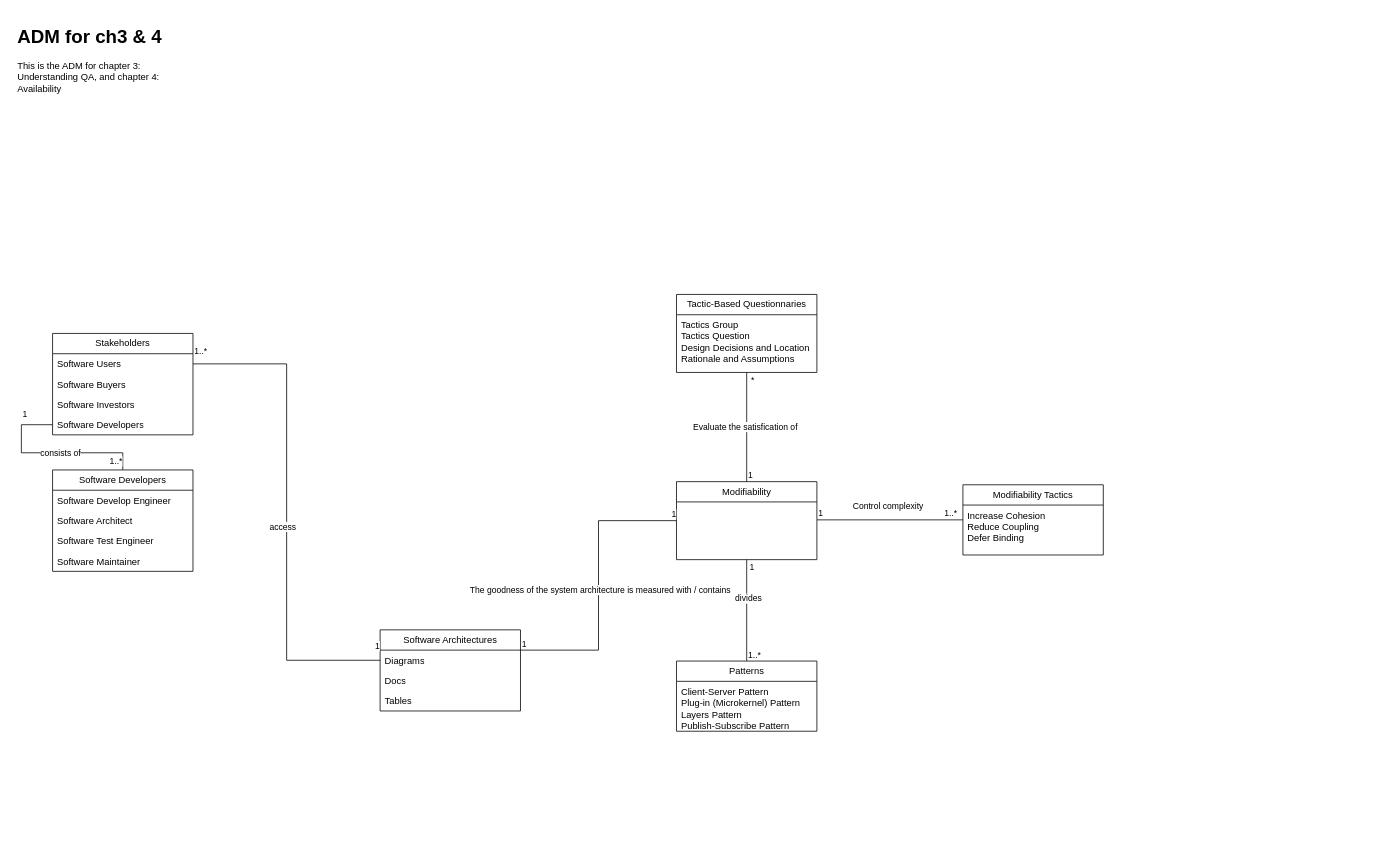
This is Documentation/DomainModel/ch8_9.drawio from dhruwanga19/4471_Group14_ProjectDocumentation, a draw.io file, before an edit. Source tidied: cells renumbered, new cells numbered last; positions are measured from the earlier drawing's top-left corner, leaving out a move shared by most shapes. Both pictures are drawn from the tidied source at 78%, with x=0, y=0 at pixel (13, 21).
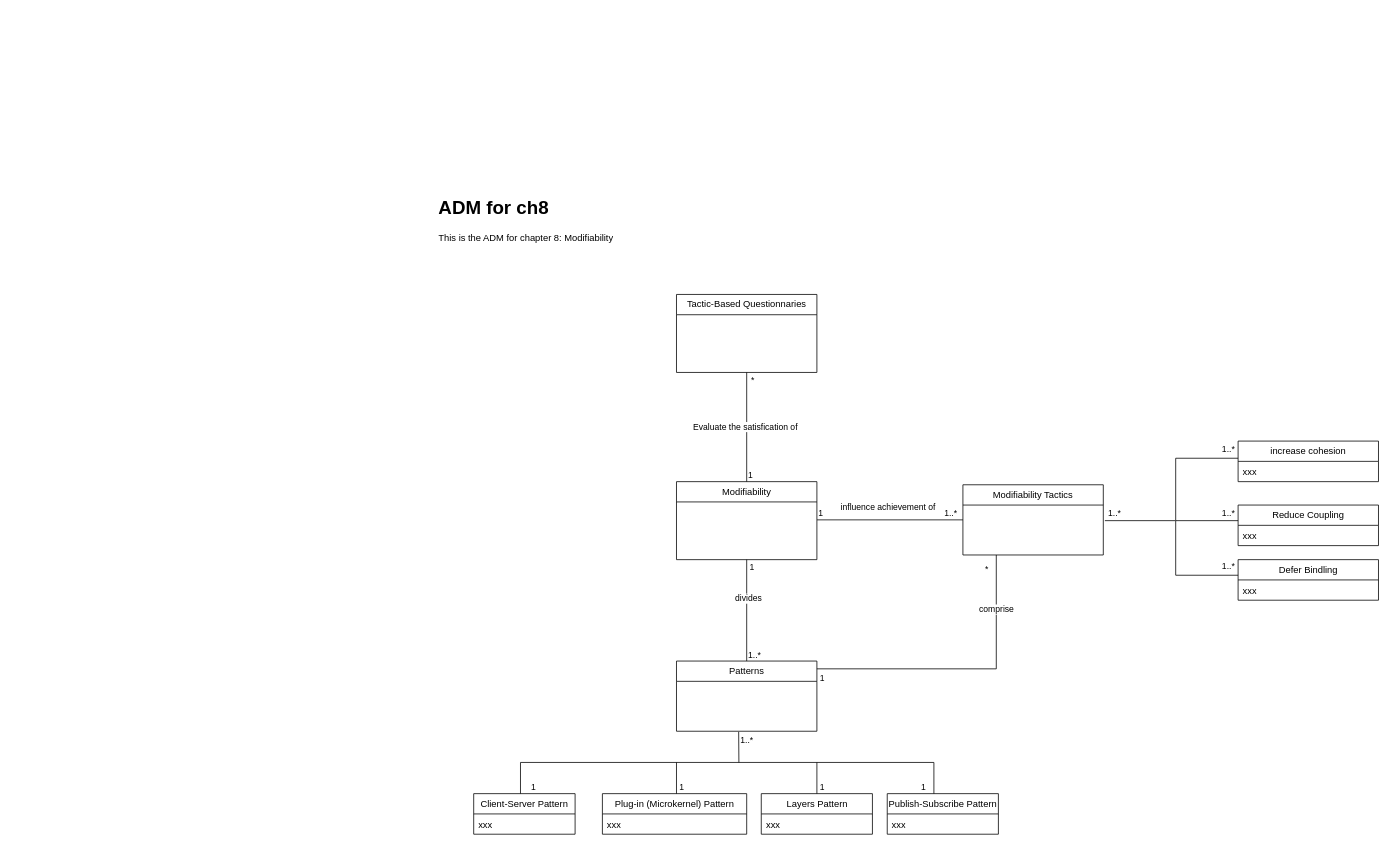
After the change.

Unchanged cells that the change refers to:
```xml
<mxCell id="25" value="Modifiability" style="swimlane;fontStyle=0;horizontal=1;startSize=26;fillColor=none;whiteSpace=wrap;html=1;" parent="1" vertex="1">
  <mxGeometry x="849.8" y="590" width="180" height="100" as="geometry" />
</mxCell>
<mxCell id="30" value="Tactic-Based Questionnaries" style="swimlane;fontStyle=0;horizontal=1;startSize=26;fillColor=none;whiteSpace=wrap;html=1;" parent="1" vertex="1">
  <mxGeometry x="849.8" y="350" width="180" height="100" as="geometry" />
</mxCell>
<mxCell id="32" value="Patterns" style="swimlane;fontStyle=0;horizontal=1;startSize=26;fillColor=none;whiteSpace=wrap;html=1;" parent="1" vertex="1">
  <mxGeometry x="849.8" y="820" width="180" height="90" as="geometry" />
</mxCell>
<mxCell id="42" value="Modifiability Tactics" style="swimlane;fontStyle=0;horizontal=1;startSize=26;fillColor=none;whiteSpace=wrap;html=1;" parent="1" vertex="1">
  <mxGeometry x="1217" y="594" width="180" height="90" as="geometry" />
</mxCell>
```

Diff of the diagram source:
```diff
@@
-    <mxCell id="2" value="&lt;h1&gt;ADM for ch3 &amp;amp; 4&lt;/h1&gt;&lt;p&gt;This is the ADM for chapter 3: Understanding QA, and chapter 4: Availability&lt;/p&gt;" style="text;html=1;strokeColor=none;fillColor=none;spacing=5;spacingTop=-20;whiteSpace=wrap;overflow=hidden;rounded=0;" parent="1" vertex="1">
-      <mxGeometry width="210" height="120" as="geometry" />
+    <mxCell id="2" value="&lt;h1&gt;ADM for ch8&lt;/h1&gt;&lt;p&gt;This is the ADM for chapter 8: Modifiability&lt;/p&gt;" style="text;html=1;strokeColor=none;fillColor=none;spacing=5;spacingTop=-20;whiteSpace=wrap;overflow=hidden;rounded=0;" parent="1" vertex="1">
+      <mxGeometry x="539.8" y="220" width="247" height="120" as="geometry" />
     </mxCell>
-    <mxCell id="3" value="Software Architectures" style="swimlane;fontStyle=0;horizontal=1;startSize=26;fillColor=none;whiteSpace=wrap;html=1;" parent="1" vertex="1">
-      <mxGeometry x="469.8" y="780" width="180" height="104" as="geometry" />
-    </mxCell>
-    <mxCell id="4" value="Diagrams" style="text;strokeColor=none;fillColor=none;align=left;verticalAlign=top;spacingLeft=4;spacingRight=4;overflow=hidden;points=[[0,0.5],[1,0.5]];portConstraint=eastwest;whiteSpace=wrap;html=1;" parent="3" vertex="1">
-      <mxGeometry y="26" width="180" height="26" as="geometry" />
-    </mxCell>
-    <mxCell id="5" value="Docs" style="text;strokeColor=none;fillColor=none;align=left;verticalAlign=top;spacingLeft=4;spacingRight=4;overflow=hidden;whiteSpace=wrap;html=1;" parent="3" vertex="1">
-      <mxGeometry y="52" width="180" height="26" as="geometry" />
-    </mxCell>
-    <mxCell id="6" value="Tables" style="text;strokeColor=none;fillColor=none;align=left;verticalAlign=top;spacingLeft=4;spacingRight=4;overflow=hidden;whiteSpace=wrap;html=1;" parent="3" vertex="1">
-      <mxGeometry y="78" width="180" height="26" as="geometry" />
-    </mxCell>
-    <mxCell id="7" value="Stakeholders" style="swimlane;fontStyle=0;horizontal=1;startSize=26;fillColor=none;whiteSpace=wrap;html=1;" parent="1" vertex="1">
-      <mxGeometry x="49.9" y="400" width="180" height="130" as="geometry" />
-    </mxCell>
-    <mxCell id="8" value="Software Users" style="text;strokeColor=none;fillColor=none;align=left;verticalAlign=top;spacingLeft=4;spacingRight=4;overflow=hidden;points=[[0,0.5],[1,0.5]];portConstraint=eastwest;whiteSpace=wrap;html=1;" parent="7" vertex="1">
-      <mxGeometry y="26" width="180" height="26" as="geometry" />
-    </mxCell>
-    <mxCell id="9" value="Software Buyers" style="text;strokeColor=none;fillColor=none;align=left;verticalAlign=top;spacingLeft=4;spacingRight=4;overflow=hidden;whiteSpace=wrap;html=1;" parent="7" vertex="1">
-      <mxGeometry y="52" width="180" height="26" as="geometry" />
-    </mxCell>
-    <mxCell id="10" value="Software Investors" style="text;strokeColor=none;fillColor=none;align=left;verticalAlign=top;spacingLeft=4;spacingRight=4;overflow=hidden;whiteSpace=wrap;html=1;" parent="7" vertex="1">
-      <mxGeometry y="78" width="180" height="26" as="geometry" />
-    </mxCell>
-    <mxCell id="11" value="Software Developers" style="text;strokeColor=none;fillColor=none;align=left;verticalAlign=top;spacingLeft=4;spacingRight=4;overflow=hidden;points=[[0,0.5],[1,0.5]];portConstraint=eastwest;whiteSpace=wrap;html=1;" parent="7" vertex="1">
-      <mxGeometry y="104" width="180" height="26" as="geometry" />
-    </mxCell>
-    <mxCell id="12" value="Software Developers" style="swimlane;fontStyle=0;horizontal=1;startSize=26;fillColor=none;whiteSpace=wrap;html=1;" parent="1" vertex="1">
-      <mxGeometry x="49.9" y="575" width="180" height="130" as="geometry" />
-    </mxCell>
-    <mxCell id="13" value="Software Develop Engineer" style="text;strokeColor=none;fillColor=none;align=left;verticalAlign=top;spacingLeft=4;spacingRight=4;overflow=hidden;whiteSpace=wrap;html=1;" parent="12" vertex="1">
-      <mxGeometry y="26" width="180" height="26" as="geometry" />
-    </mxCell>
-    <mxCell id="14" value="Software Architect" style="text;strokeColor=none;fillColor=none;align=left;verticalAlign=top;spacingLeft=4;spacingRight=4;overflow=hidden;whiteSpace=wrap;html=1;" parent="12" vertex="1">
-      <mxGeometry y="52" width="180" height="26" as="geometry" />
-    </mxCell>
-    <mxCell id="15" value="Software Test Engineer" style="text;strokeColor=none;fillColor=none;align=left;verticalAlign=top;spacingLeft=4;spacingRight=4;overflow=hidden;whiteSpace=wrap;html=1;" parent="12" vertex="1">
-      <mxGeometry y="78" width="180" height="26" as="geometry" />
-    </mxCell>
-    <mxCell id="16" value="Software Maintainer" style="text;strokeColor=none;fillColor=none;align=left;verticalAlign=top;spacingLeft=4;spacingRight=4;overflow=hidden;whiteSpace=wrap;html=1;" parent="12" vertex="1">
-      <mxGeometry y="104" width="180" height="26" as="geometry" />
-    </mxCell>
-    <mxCell id="17" style="endArrow=none;html=1;edgeStyle=orthogonalEdgeStyle;rounded=0;exitX=0;exitY=0.5;exitDx=0;exitDy=0;entryX=0.5;entryY=0;entryDx=0;entryDy=0;" parent="1" edge="1" source="11" target="12">
-      <mxGeometry relative="1" as="geometry">
-        <Array as="points">
-          <mxPoint x="9.9" y="517" />
-          <mxPoint x="9.9" y="553" />
-          <mxPoint x="139.9" y="553" />
-        </Array>
-      </mxGeometry>
-    </mxCell>
-    <mxCell id="18" value="1" style="edgeLabel;html=1;align=left;verticalAlign=bottom;" parent="17" vertex="1">
-      <mxGeometry x="-1" relative="1" as="geometry">
-        <mxPoint x="-40" y="-5" as="offset" />
-      </mxGeometry>
-    </mxCell>
-    <mxCell id="19" value="1..*" style="edgeLabel;html=1;align=right;verticalAlign=bottom;" parent="17" vertex="1">
-      <mxGeometry x="1" relative="1" as="geometry">
-        <mxPoint y="-3" as="offset" />
-      </mxGeometry>
-    </mxCell>
-    <mxCell id="20" value="consists of" style="edgeLabel;html=1;align=center;verticalAlign=middle;" parent="17" vertex="1">
-      <mxGeometry x="0.21" relative="1" as="geometry">
-        <mxPoint x="-12" as="offset" />
-      </mxGeometry>
-    </mxCell>
-    <mxCell id="21" style="endArrow=none;html=1;edgeStyle=elbowEdgeStyle;rounded=0;exitX=1;exitY=0.5;exitDx=0;exitDy=0;entryX=0;entryY=0.5;entryDx=0;entryDy=0;" parent="1" edge="1" source="8" target="4">
-      <mxGeometry relative="1" as="geometry" />
-    </mxCell>
-    <mxCell id="22" value="1..*" style="edgeLabel;html=1;align=left;verticalAlign=bottom;" parent="21" vertex="1">
-      <mxGeometry x="-1" relative="1" as="geometry">
-        <mxPoint y="-8" as="offset" />
-      </mxGeometry>
-    </mxCell>
-    <mxCell id="23" value="1" style="edgeLabel;html=1;align=right;verticalAlign=bottom;" parent="21" vertex="1">
-      <mxGeometry x="1" relative="1" as="geometry">
-        <mxPoint y="-10" as="offset" />
-      </mxGeometry>
-    </mxCell>
-    <mxCell id="24" value="access" style="edgeLabel;html=1;align=center;verticalAlign=middle;" parent="21" vertex="1">
-      <mxGeometry x="0.06" relative="1" as="geometry">
-        <mxPoint x="-6" as="offset" />
-      </mxGeometry>
-    </mxCell>
@@
-    <mxCell id="26" style="endArrow=none;html=1;edgeStyle=orthogonalEdgeStyle;rounded=0;exitX=1;exitY=0.25;exitDx=0;exitDy=0;entryX=0;entryY=0.5;entryDx=0;entryDy=0;" parent="1" edge="1" source="3" target="25">
-      <mxGeometry relative="1" as="geometry" />
-    </mxCell>
-    <mxCell id="27" value="1" style="edgeLabel;html=1;align=left;verticalAlign=bottom;" parent="26" vertex="1">
-      <mxGeometry x="-1" relative="1" as="geometry" />
-    </mxCell>
-    <mxCell id="28" value="1" style="edgeLabel;html=1;align=right;verticalAlign=bottom;" parent="26" vertex="1">
-      <mxGeometry x="1" relative="1" as="geometry" />
-    </mxCell>
-    <mxCell id="29" value="The goodness of the system architecture is measured with / contains" style="edgeLabel;html=1;align=center;verticalAlign=middle;" parent="26" vertex="1">
-      <mxGeometry x="-0.03" y="-2" relative="1" as="geometry" />
-    </mxCell>
@@
-    <mxCell id="31" value="Tactics Group&lt;br&gt;Tactics Question&lt;br&gt;Design Decisions and Location&lt;br&gt;Rationale and Assumptions" style="text;strokeColor=none;fillColor=none;align=left;verticalAlign=top;spacingLeft=4;spacingRight=4;overflow=hidden;whiteSpace=wrap;html=1;" parent="30" vertex="1">
-      <mxGeometry y="26" width="180" height="74" as="geometry" />
-    </mxCell>
@@
-    <mxCell id="33" value="Client-Server Pattern&lt;br&gt;Plug-in (Microkernel) Pattern&lt;br&gt;Layers Pattern&lt;br&gt;Publish-Subscribe Pattern" style="text;strokeColor=none;fillColor=none;align=left;verticalAlign=top;spacingLeft=4;spacingRight=4;overflow=hidden;whiteSpace=wrap;html=1;" parent="32" vertex="1">
-      <mxGeometry y="26" width="180" height="64" as="geometry" />
-    </mxCell>
@@
-    <mxCell id="43" value="Increase Cohesion&lt;br&gt;Reduce Coupling&lt;br&gt;Defer Binding" style="text;strokeColor=none;fillColor=none;align=left;verticalAlign=top;spacingLeft=4;spacingRight=4;overflow=hidden;whiteSpace=wrap;html=1;" parent="42" vertex="1">
-      <mxGeometry y="26" width="180" height="64" as="geometry" />
-    </mxCell>
@@
-    <mxCell id="47" value="Control complexity" style="edgeLabel;html=1;align=center;verticalAlign=middle;" parent="1" vertex="1">
-      <mxGeometry x="1120" y="620" as="geometry" />
-    </mxCell>
+    <mxCell id="48" style="endArrow=none;html=1;rounded=0;" parent="1" edge="1">
+      <mxGeometry relative="1" as="geometry">
+        <mxPoint x="1399" y="640" as="sourcePoint" />
+        <mxPoint x="1489" y="640" as="targetPoint" />
+      </mxGeometry>
+    </mxCell>
+    <mxCell id="49" style="endArrow=none;html=1;rounded=0;" parent="1" edge="1">
+      <mxGeometry relative="1" as="geometry">
+        <mxPoint x="1489.8" y="710" as="sourcePoint" />
+        <mxPoint x="1489.8" y="560" as="targetPoint" />
+      </mxGeometry>
+    </mxCell>
+    <mxCell id="50" style="endArrow=none;html=1;rounded=0;" parent="1" edge="1">
+      <mxGeometry relative="1" as="geometry">
+        <mxPoint x="1489.8" y="560" as="sourcePoint" />
+        <mxPoint x="1569.8" y="560" as="targetPoint" />
+      </mxGeometry>
+    </mxCell>
+    <mxCell id="51" value="increase cohesion" style="swimlane;fontStyle=0;horizontal=1;startSize=26;fillColor=none;whiteSpace=wrap;html=1;" parent="1" vertex="1">
+      <mxGeometry x="1569.8" y="538" width="180" height="52" as="geometry" />
+    </mxCell>
+    <mxCell id="52" value="xxx" style="text;strokeColor=none;fillColor=none;align=left;verticalAlign=top;spacingLeft=4;spacingRight=4;overflow=hidden;whiteSpace=wrap;html=1;" parent="51" vertex="1">
+      <mxGeometry y="26" width="180" height="26" as="geometry" />
+    </mxCell>
+    <mxCell id="53" style="endArrow=none;html=1;rounded=0;" parent="1" edge="1">
+      <mxGeometry relative="1" as="geometry">
+        <mxPoint x="1489.8" y="640" as="sourcePoint" />
+        <mxPoint x="1569.8" y="640" as="targetPoint" />
+      </mxGeometry>
+    </mxCell>
+    <mxCell id="54" value="Reduce Coupling" style="swimlane;fontStyle=0;horizontal=1;startSize=26;fillColor=none;whiteSpace=wrap;html=1;" parent="1" vertex="1">
+      <mxGeometry x="1569.8" y="620" width="180" height="52" as="geometry" />
+    </mxCell>
+    <mxCell id="55" value="xxx" style="text;strokeColor=none;fillColor=none;align=left;verticalAlign=top;spacingLeft=4;spacingRight=4;overflow=hidden;whiteSpace=wrap;html=1;" parent="54" vertex="1">
+      <mxGeometry y="26" width="180" height="26" as="geometry" />
+    </mxCell>
+    <mxCell id="56" style="endArrow=none;html=1;rounded=0;" parent="1" edge="1">
+      <mxGeometry relative="1" as="geometry">
+        <mxPoint x="1489.8" y="710" as="sourcePoint" />
+        <mxPoint x="1569.8" y="710" as="targetPoint" />
+      </mxGeometry>
+    </mxCell>
+    <mxCell id="57" value="Defer Bindling" style="swimlane;fontStyle=0;horizontal=1;startSize=26;fillColor=none;whiteSpace=wrap;html=1;" parent="1" vertex="1">
+      <mxGeometry x="1569.8" y="690" width="180" height="52" as="geometry" />
+    </mxCell>
+    <mxCell id="58" value="xxx" style="text;strokeColor=none;fillColor=none;align=left;verticalAlign=top;spacingLeft=4;spacingRight=4;overflow=hidden;whiteSpace=wrap;html=1;" parent="57" vertex="1">
+      <mxGeometry y="26" width="180" height="26" as="geometry" />
+    </mxCell>
+    <mxCell id="59" value="1..*" style="edgeLabel;html=1;align=right;verticalAlign=bottom;" parent="1" vertex="1">
+      <mxGeometry x="1419.8" y="639" as="geometry" />
+    </mxCell>
+    <mxCell id="60" style="endArrow=none;html=1;rounded=0;entryX=0.779;entryY=0.997;entryDx=0;entryDy=0;entryPerimeter=0;" parent="1" edge="1">
+      <mxGeometry relative="1" as="geometry">
+        <mxPoint x="1259.8" y="830" as="sourcePoint" />
+        <mxPoint x="1259.8" y="684" as="targetPoint" />
+      </mxGeometry>
+    </mxCell>
+    <mxCell id="61" value="comprise" style="edgeLabel;html=1;align=center;verticalAlign=middle;" parent="60" vertex="1">
+      <mxGeometry x="-0.1" y="4" relative="1" as="geometry">
+        <mxPoint x="4" y="-11" as="offset" />
+      </mxGeometry>
+    </mxCell>
+    <mxCell id="62" style="endArrow=none;html=1;rounded=0;exitX=1;exitY=0.111;exitDx=0;exitDy=0;exitPerimeter=0;" parent="1" edge="1" source="32">
+      <mxGeometry relative="1" as="geometry">
+        <mxPoint x="1259.8" y="830" as="targetPoint" />
+      </mxGeometry>
+    </mxCell>
+    <mxCell id="63" value="1" style="edgeLabel;html=1;align=right;verticalAlign=bottom;" parent="1" vertex="1">
+      <mxGeometry x="1039.8" y="850" as="geometry" />
+    </mxCell>
+    <mxCell id="64" value="*" style="edgeLabel;html=1;align=right;verticalAlign=bottom;" parent="1" vertex="1">
+      <mxGeometry x="1249.8" y="710" as="geometry" />
+    </mxCell>
+    <mxCell id="65" style="endArrow=none;html=1;rounded=0;entryX=0.443;entryY=1.012;entryDx=0;entryDy=0;entryPerimeter=0;" parent="1" edge="1">
+      <mxGeometry relative="1" as="geometry">
+        <mxPoint x="929.8" y="950" as="sourcePoint" />
+        <mxPoint x="929.5" y="910.8" as="targetPoint" />
+      </mxGeometry>
+    </mxCell>
+    <mxCell id="66" style="endArrow=none;html=1;rounded=0;" parent="1" edge="1">
+      <mxGeometry relative="1" as="geometry">
+        <mxPoint x="649.8" y="950" as="sourcePoint" />
+        <mxPoint x="1179.8" y="950" as="targetPoint" />
+      </mxGeometry>
+    </mxCell>
+    <mxCell id="67" style="endArrow=none;html=1;rounded=0;" parent="1" edge="1">
+      <mxGeometry relative="1" as="geometry">
+        <mxPoint x="649.8" y="990" as="sourcePoint" />
+        <mxPoint x="649.8" y="950" as="targetPoint" />
+      </mxGeometry>
+    </mxCell>
+    <mxCell id="68" style="endArrow=none;html=1;rounded=0;" parent="1" edge="1">
+      <mxGeometry relative="1" as="geometry">
+        <mxPoint x="1179.8" y="990" as="sourcePoint" />
+        <mxPoint x="1179.8" y="950" as="targetPoint" />
+      </mxGeometry>
+    </mxCell>
+    <mxCell id="69" style="endArrow=none;html=1;rounded=0;" parent="1" edge="1">
+      <mxGeometry relative="1" as="geometry">
+        <mxPoint x="849.8" y="990" as="sourcePoint" />
+        <mxPoint x="849.8" y="950" as="targetPoint" />
+      </mxGeometry>
+    </mxCell>
+    <mxCell id="70" style="endArrow=none;html=1;rounded=0;" parent="1" edge="1">
+      <mxGeometry relative="1" as="geometry">
+        <mxPoint x="1029.8" y="990" as="sourcePoint" />
+        <mxPoint x="1029.8" y="950" as="targetPoint" />
+      </mxGeometry>
+    </mxCell>
+    <mxCell id="22" value="1..*" style="edgeLabel;html=1;align=left;verticalAlign=bottom;" parent="1" vertex="1">
+      <mxGeometry x="929.8" y="930" as="geometry" />
+    </mxCell>
+    <mxCell id="71" value="Client-Server Pattern" style="swimlane;fontStyle=0;horizontal=1;startSize=26;fillColor=none;whiteSpace=wrap;html=1;" parent="1" vertex="1">
+      <mxGeometry x="589.8" y="990" width="130" height="52" as="geometry" />
+    </mxCell>
+    <mxCell id="72" value="xxx" style="text;strokeColor=none;fillColor=none;align=left;verticalAlign=top;spacingLeft=4;spacingRight=4;overflow=hidden;whiteSpace=wrap;html=1;" parent="71" vertex="1">
+      <mxGeometry y="26" width="130" height="26" as="geometry" />
+    </mxCell>
+    <mxCell id="73" value="Plug-in (Microkernel) Pattern" style="swimlane;fontStyle=0;horizontal=1;startSize=26;fillColor=none;whiteSpace=wrap;html=1;" parent="1" vertex="1">
+      <mxGeometry x="754.8" y="990" width="185" height="52" as="geometry" />
+    </mxCell>
+    <mxCell id="74" value="xxx" style="text;strokeColor=none;fillColor=none;align=left;verticalAlign=top;spacingLeft=4;spacingRight=4;overflow=hidden;whiteSpace=wrap;html=1;" parent="73" vertex="1">
+      <mxGeometry y="26" width="185" height="26" as="geometry" />
+    </mxCell>
+    <mxCell id="75" value="1" style="edgeLabel;html=1;align=right;verticalAlign=bottom;" parent="1" vertex="1">
+      <mxGeometry x="669.8" y="990" as="geometry" />
+    </mxCell>
+    <mxCell id="76" value="1" style="edgeLabel;html=1;align=right;verticalAlign=bottom;" parent="1" vertex="1">
+      <mxGeometry x="859.8" y="990" as="geometry" />
+    </mxCell>
+    <mxCell id="77" value="Layers Pattern" style="swimlane;fontStyle=0;horizontal=1;startSize=26;fillColor=none;whiteSpace=wrap;html=1;" parent="1" vertex="1">
+      <mxGeometry x="958.5" y="990" width="142.5" height="52" as="geometry" />
+    </mxCell>
+    <mxCell id="78" value="xxx" style="text;strokeColor=none;fillColor=none;align=left;verticalAlign=top;spacingLeft=4;spacingRight=4;overflow=hidden;whiteSpace=wrap;html=1;" parent="77" vertex="1">
+      <mxGeometry y="26" width="142.5" height="26" as="geometry" />
+    </mxCell>
+    <mxCell id="79" value="Publish-Subscribe Pattern" style="swimlane;fontStyle=0;horizontal=1;startSize=26;fillColor=none;whiteSpace=wrap;html=1;" parent="1" vertex="1">
+      <mxGeometry x="1120" y="990" width="142.5" height="52" as="geometry" />
+    </mxCell>
+    <mxCell id="80" value="xxx" style="text;strokeColor=none;fillColor=none;align=left;verticalAlign=top;spacingLeft=4;spacingRight=4;overflow=hidden;whiteSpace=wrap;html=1;" parent="79" vertex="1">
+      <mxGeometry y="26" width="142.5" height="26" as="geometry" />
+    </mxCell>
+    <mxCell id="81" value="1" style="edgeLabel;html=1;align=right;verticalAlign=bottom;" parent="1" vertex="1">
+      <mxGeometry x="1039.8" y="990" as="geometry" />
+    </mxCell>
+    <mxCell id="82" value="1" style="edgeLabel;html=1;align=right;verticalAlign=bottom;" parent="1" vertex="1">
+      <mxGeometry x="1169.8" y="990" as="geometry" />
+    </mxCell>
+    <mxCell id="83" value="1..*" style="edgeLabel;html=1;align=right;verticalAlign=bottom;" parent="1" vertex="1">
+      <mxGeometry x="1565.8" y="557" as="geometry" />
+    </mxCell>
+    <mxCell id="84" value="1..*" style="edgeLabel;html=1;align=right;verticalAlign=bottom;" parent="1" vertex="1">
+      <mxGeometry x="1565.8" y="639" as="geometry" />
+    </mxCell>
+    <mxCell id="85" value="1..*" style="edgeLabel;html=1;align=right;verticalAlign=bottom;" parent="1" vertex="1">
+      <mxGeometry x="1565.8" y="706" as="geometry" />
+    </mxCell>
+    <mxCell id="86" value="influence achievement of" style="edgeLabel;html=1;align=center;verticalAlign=middle;" parent="1" vertex="1">
+      <mxGeometry x="1120" y="622" as="geometry" />
+    </mxCell>
```
